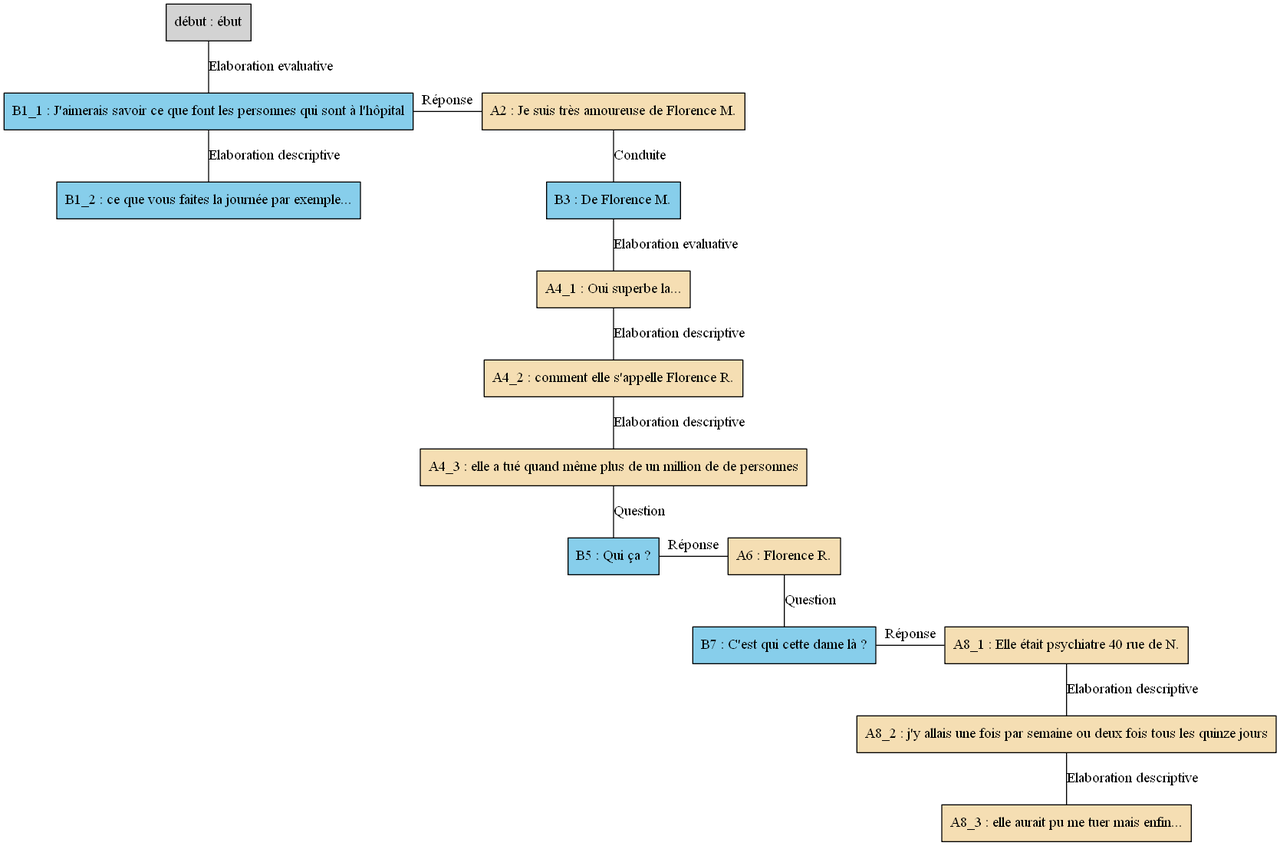
This is arbres/Florence/Florence_-_A07.gv.png from AlaixComet/AnnotationSlamPTut, a Graphviz export, as it was before one commit. Its source is kept beside it as arbres/Florence/Florence_-_A07.gv. Its diagram source:
```dot
digraph A07 {
	node [shape=box style=filled]
	"début" [label="début : ébut"]
	B1_1 [label="B1_1 : J'aimerais savoir ce que font les personnes qui sont à l'hôpital" fillcolor=skyblue]
	B1_2 [label="B1_2 : ce que vous faites la journée par exemple..." fillcolor=skyblue]
	A2 [label="A2 : Je suis très amoureuse de Florence M." fillcolor=wheat]
	B3 [label="B3 : De Florence M." fillcolor=skyblue]
	A4_1 [label="A4_1 : Oui superbe la..." fillcolor=wheat]
	A4_2 [label="A4_2 : comment elle s'appelle Florence R." fillcolor=wheat]
	A4_3 [label="A4_3 : elle a tué quand même plus de un million de de personnes" fillcolor=wheat]
	B5 [label="B5 : Qui ça ?" fillcolor=skyblue]
	A6 [label="A6 : Florence R." fillcolor=wheat]
	B7 [label="B7 : C'est qui cette dame là ?" fillcolor=skyblue]
	A8_1 [label="A8_1 : Elle était psychiatre 40 rue de N." fillcolor=wheat]
	A8_2 [label="A8_2 : j'y allais une fois par semaine ou deux fois tous les quinze jours" fillcolor=wheat]
	A8_3 [label="A8_3 : elle aurait pu me tuer mais enfin..." fillcolor=wheat]
	"début" -> B1_1 [label="Elaboration evaluative" dir=none]
	B1_1 -> B1_2 [label="Elaboration descriptive" dir=none]
	{
		rank=same
		B1_1
		A2
		B1_1 -> A2 [label="Réponse" dir=none]
	}
	A2 -> B3 [label=Conduite dir=none]
	B3 -> A4_1 [label="Elaboration evaluative" dir=none]
	A4_1 -> A4_2 [label="Elaboration descriptive" dir=none]
	A4_2 -> A4_3 [label="Elaboration descriptive" dir=none]
	A4_3 -> B5 [label=Question dir=none]
	{
		rank=same
		B5
		A6
		B5 -> A6 [label="Réponse" dir=none]
	}
	A6 -> B7 [label=Question dir=none]
	{
		rank=same
		B7
		A8_1
		B7 -> A8_1 [label="Réponse" dir=none]
	}
	A8_1 -> A8_2 [label="Elaboration descriptive" dir=none]
	A8_2 -> A8_3 [label="Elaboration descriptive" dir=none]
}
```
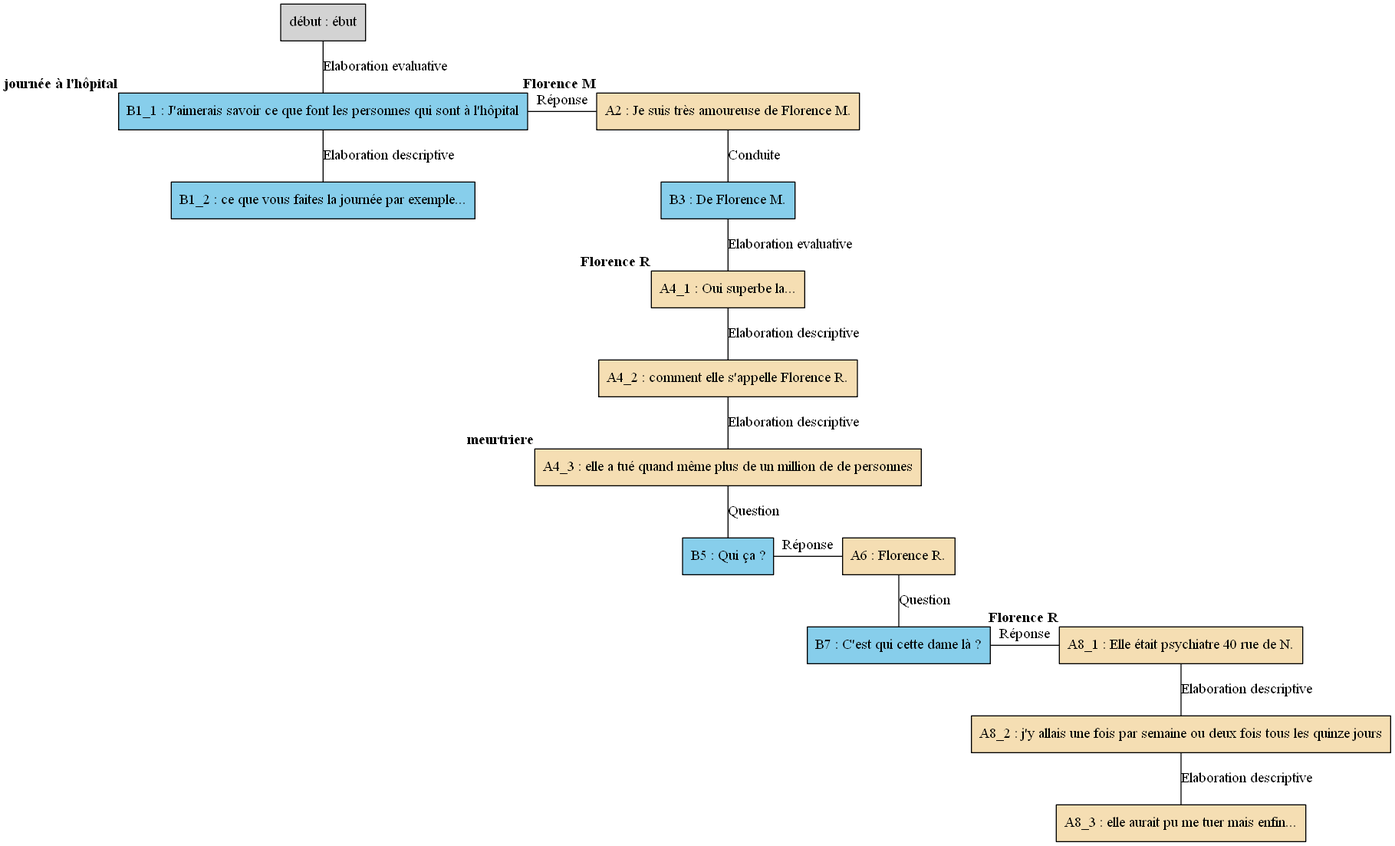
The same diagram one commit later.

Diff of the diagram source:
```diff
@@ -1,19 +1,19 @@
 digraph A07 {
 	node [shape=box style=filled]
-	"début" [label="début : ébut"]
-	B1_1 [label="B1_1 : J'aimerais savoir ce que font les personnes qui sont à l'hôpital" fillcolor=skyblue]
-	B1_2 [label="B1_2 : ce que vous faites la journée par exemple..." fillcolor=skyblue]
-	A2 [label="A2 : Je suis très amoureuse de Florence M." fillcolor=wheat]
-	B3 [label="B3 : De Florence M." fillcolor=skyblue]
-	A4_1 [label="A4_1 : Oui superbe la..." fillcolor=wheat]
-	A4_2 [label="A4_2 : comment elle s'appelle Florence R." fillcolor=wheat]
-	A4_3 [label="A4_3 : elle a tué quand même plus de un million de de personnes" fillcolor=wheat]
-	B5 [label="B5 : Qui ça ?" fillcolor=skyblue]
-	A6 [label="A6 : Florence R." fillcolor=wheat]
-	B7 [label="B7 : C'est qui cette dame là ?" fillcolor=skyblue]
-	A8_1 [label="A8_1 : Elle était psychiatre 40 rue de N." fillcolor=wheat]
-	A8_2 [label="A8_2 : j'y allais une fois par semaine ou deux fois tous les quinze jours" fillcolor=wheat]
-	A8_3 [label="A8_3 : elle aurait pu me tuer mais enfin..." fillcolor=wheat]
+	"début" [label="début : ébut" xlabel=""]
+	B1_1 [label="B1_1 : J'aimerais savoir ce que font les personnes qui sont à l'hôpital" fillcolor=skyblue xlabel=<<B>journée à l'hôpital</B>>]
+	B1_2 [label="B1_2 : ce que vous faites la journée par exemple..." fillcolor=skyblue xlabel=""]
+	A2 [label="A2 : Je suis très amoureuse de Florence M." fillcolor=wheat xlabel=<<B>Florence M</B>>]
+	B3 [label="B3 : De Florence M." fillcolor=skyblue xlabel=""]
+	A4_1 [label="A4_1 : Oui superbe la..." fillcolor=wheat xlabel=<<B>Florence R</B>>]
+	A4_2 [label="A4_2 : comment elle s'appelle Florence R." fillcolor=wheat xlabel=""]
+	A4_3 [label="A4_3 : elle a tué quand même plus de un million de de personnes" fillcolor=wheat xlabel=<<B>meurtriere</B>>]
+	B5 [label="B5 : Qui ça ?" fillcolor=skyblue xlabel=""]
+	A6 [label="A6 : Florence R." fillcolor=wheat xlabel=""]
+	B7 [label="B7 : C'est qui cette dame là ?" fillcolor=skyblue xlabel=""]
+	A8_1 [label="A8_1 : Elle était psychiatre 40 rue de N." fillcolor=wheat xlabel=<<B>Florence R</B>>]
+	A8_2 [label="A8_2 : j'y allais une fois par semaine ou deux fois tous les quinze jours" fillcolor=wheat xlabel=""]
+	A8_3 [label="A8_3 : elle aurait pu me tuer mais enfin..." fillcolor=wheat xlabel=""]
 	"début" -> B1_1 [label="Elaboration evaluative" dir=none]
 	B1_1 -> B1_2 [label="Elaboration descriptive" dir=none]
 	{
```
